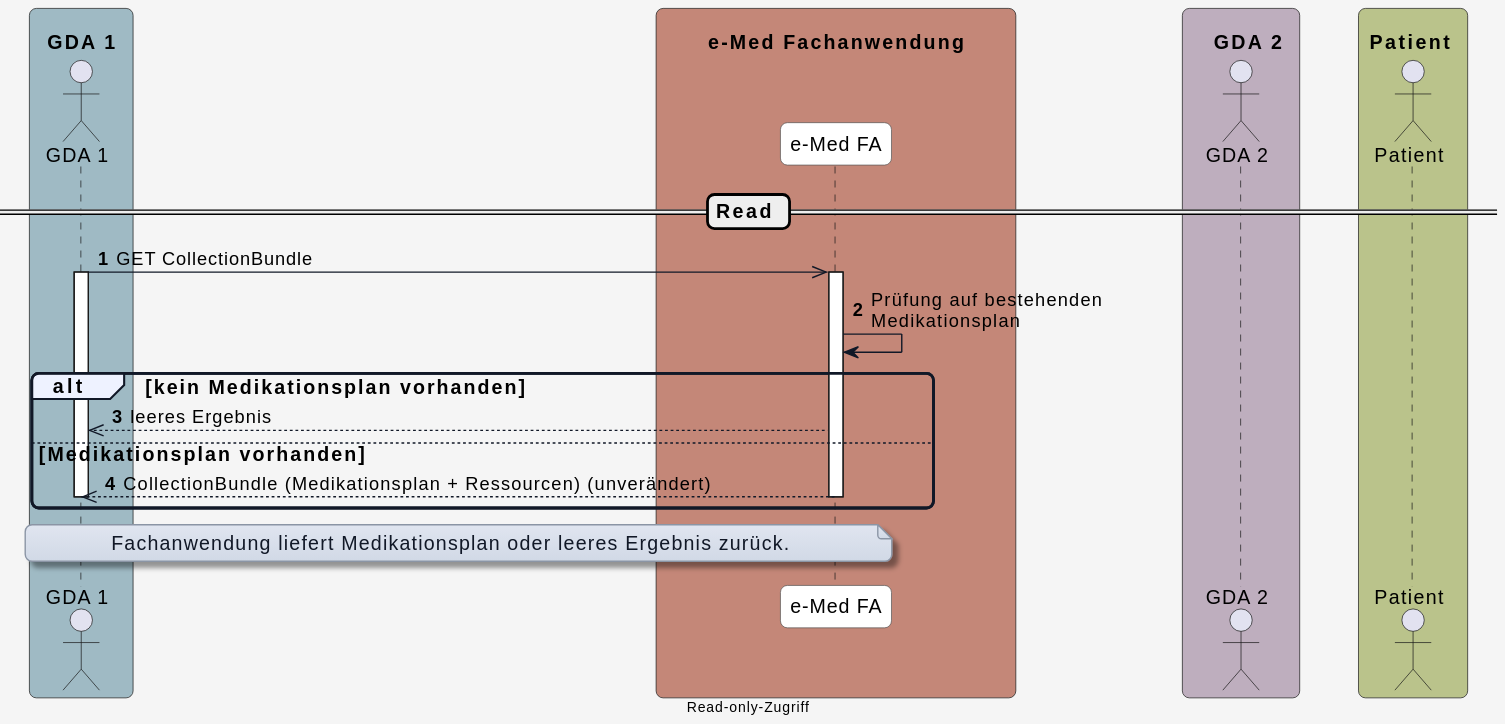
HL7Austria/hl7austria.github.io keeps this PlantUML diagram as r4-ELGA-e-Medikation-main/plantuml/diagram_read.svg. Above is the earlier version.
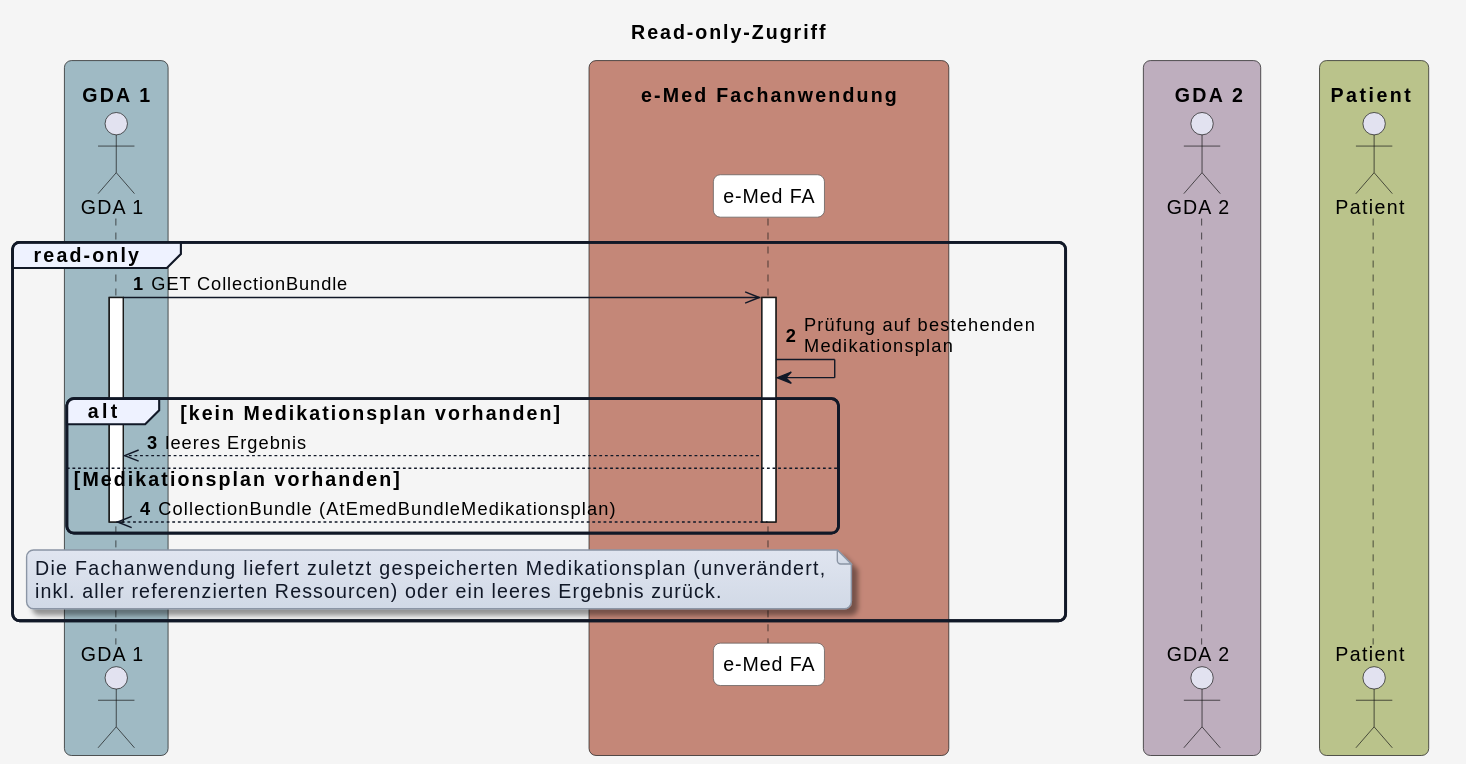
The same diagram one commit later.

What changed in the source:
```diff
@@ -1,4 +1,5 @@
 @startuml
+title Read-only-Zugriff
 skinparam borderColor #000000
 skinparam backgroundColor #f5f5f5
 skinparam shadowing false
@@ -57,26 +58,25 @@
 
 autonumber
 
-== Read ==
+group read-only
 
-GDA_1 ->> eMed_FA: GET CollectionBundle
-activate GDA_1
+  GDA_1 ->> eMed_FA: GET CollectionBundle
+  activate GDA_1
 
-activate eMed_FA
-eMed_FA -> eMed_FA: Prüfung auf bestehenden\nMedikationsplan
+  activate eMed_FA
+  eMed_FA -> eMed_FA: Prüfung auf bestehenden\nMedikationsplan
 
-alt kein Medikationsplan vorhanden
-  eMed_FA -->> GDA_1: leeres Ergebnis
-else Medikationsplan vorhanden
-  eMed_FA -->> GDA_1: CollectionBundle (Medikationsplan + Ressourcen) (unverändert)
-  deactivate GDA_1
-  deactivate eMed_FA
+  alt kein Medikationsplan vorhanden
+    eMed_FA -->> GDA_1: leeres Ergebnis
+  else Medikationsplan vorhanden
+    eMed_FA -->> GDA_1: CollectionBundle (AtEmedBundleMedikationsplan)
+    deactivate GDA_1
+    deactivate eMed_FA
+  end
+  note over GDA_1, eMed_FA
+  Die Fachanwendung liefert zuletzt gespeicherten Medikationsplan (unverändert,
+  inkl. aller referenzierten Ressourcen) oder ein leeres Ergebnis zurück.
+  end note
+
 end
-
-
-note over GDA_1, eMed_FA
-Fachanwendung liefert Medikationsplan oder leeres Ergebnis zurück.
-end note
-
-center footer Read-only-Zugriff
 @enduml
```
